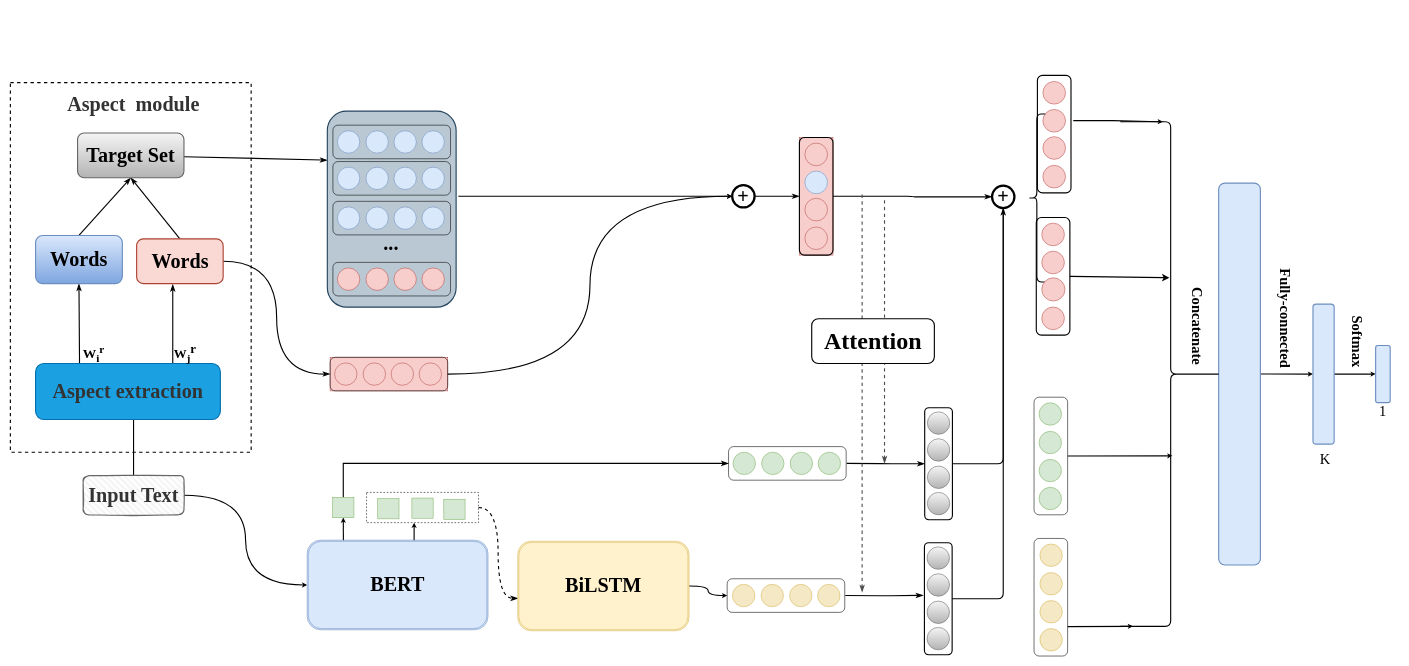
The draw.io diagram page "模型" (1 of 2) of 模型.drawio in SiMlLeSYF/new, before the edit. Source tidied: cells renumbered, new cells numbered last; positions are measured from the earlier drawing's top-left corner, leaving out a move shared by most shapes. Both pictures are drawn from the tidied source at 56%, with x=0, y=0 at pixel (10, 75).
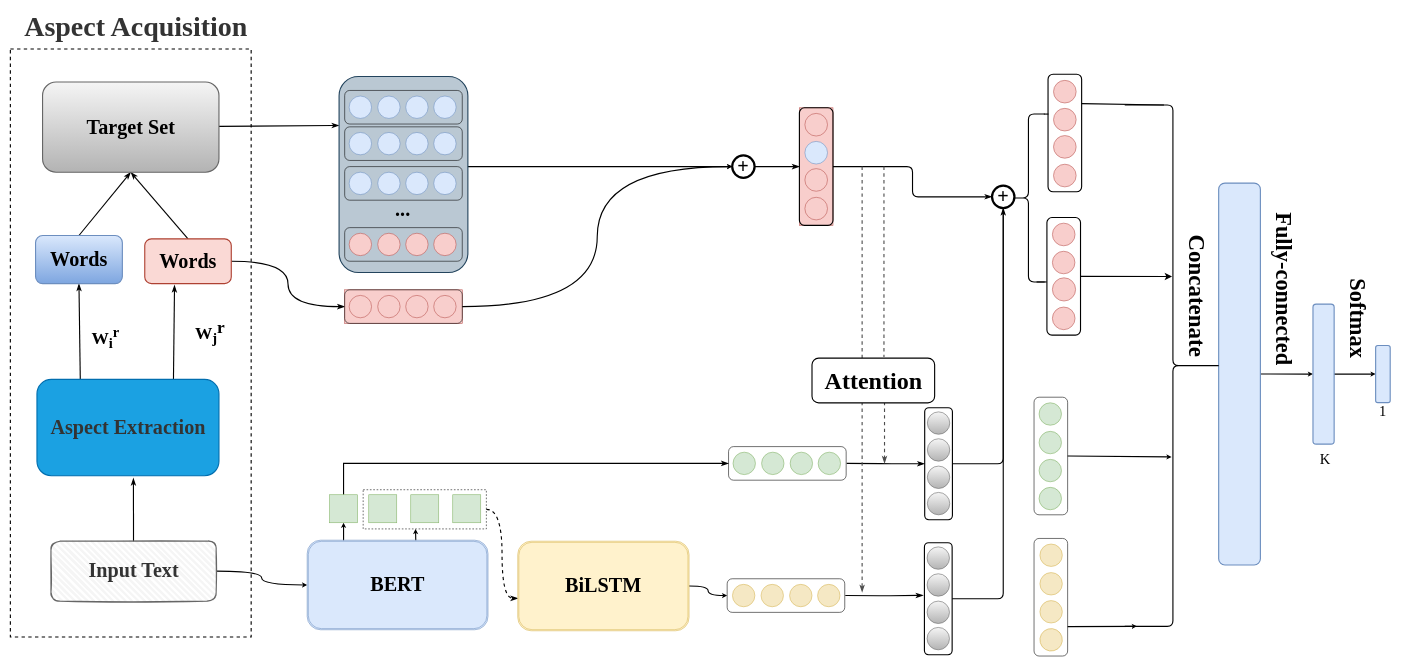
Above is the later version.

Unchanged cells that the change refers to:
```xml
<mxCell id="49" style="rounded=1;whiteSpace=wrap;html=1;fontFamily=Times New Roman;fontSize=36;strokeWidth=2;fillColor=none;strokeColor=#000000;" parent="48" vertex="1">
  <mxGeometry y="-1" width="60" height="210" as="geometry" />
</mxCell>
<mxCell id="77" style="rounded=1;whiteSpace=wrap;html=1;fontSize=24;fillColor=none;rotation=90;" parent="76" vertex="1">
  <mxGeometry x="-75" y="75" width="210" height="60" as="geometry" />
</mxCell>
<mxCell id="85" style="rounded=1;whiteSpace=wrap;html=1;fontFamily=Times New Roman;fontSize=36;strokeWidth=2;fillColor=none;strokeColor=#000000;" parent="84" vertex="1">
  <mxGeometry width="60" height="210" as="geometry" />
</mxCell>
```

What changed in the source:
```diff
@@
+    <mxCell id="22" style="rounded=0;whiteSpace=wrap;html=1;fontFamily=Times New Roman;fontSize=36;fillColor=none;dashed=1;strokeWidth=2;" parent="1" vertex="1">
+      <mxGeometry y="-47" width="430" height="1050" as="geometry" />
+    </mxCell>
     <mxCell id="2" style="rounded=0;whiteSpace=wrap;html=1;fontSize=24;fillColor=none;dashed=1;" parent="1" vertex="1">
-      <mxGeometry x="636" y="744.8" width="200" height="54" as="geometry" />
+      <mxGeometry x="630" y="740" width="220" height="70" as="geometry" />
     </mxCell>
@@
-    <mxCell id="5" style="edgeStyle=orthogonalEdgeStyle;curved=1;sketch=0;jettySize=auto;html=1;fontFamily=Times New Roman;fontSize=24;startArrow=none;startFill=0;endArrow=classicThin;endFill=1;endSize=7;strokeWidth=2;elbow=vertical;" parent="1" edge="1" source="7">
-      <mxGeometry relative="1" as="geometry">
-        <mxPoint x="220" y="533" as="targetPoint" />
-      </mxGeometry>
+    <mxCell id="5" style="sketch=0;jettySize=auto;html=1;fontFamily=Times New Roman;fontSize=24;startArrow=none;startFill=0;endArrow=classicThin;endFill=1;endSize=7;strokeWidth=2;elbow=vertical;entryX=0.53;entryY=1.025;entryDx=0;entryDy=0;rounded=0;entryPerimeter=0;" parent="1" edge="1" source="7" target="26">
+      <mxGeometry relative="1" as="geometry" />
     </mxCell>
@@
     <mxCell id="7" value="&lt;font style=&quot;font-size: 36px;&quot; face=&quot;Times New Roman&quot;&gt;&lt;b&gt;Input Text&lt;/b&gt;&lt;/font&gt;" style="rounded=1;whiteSpace=wrap;html=1;strokeWidth=2;fillWeight=4;hachureGap=8;hachureAngle=45;sketch=1;fontSize=24;direction=west;fillColor=#f5f5f5;fontColor=#333333;strokeColor=#666666;" parent="1" vertex="1">
-      <mxGeometry x="130" y="714.8" width="180" height="70" as="geometry" />
+      <mxGeometry x="72.5" y="831.9" width="295" height="107.1" as="geometry" />
     </mxCell>
@@
     <mxCell id="9" style="edgeStyle=none;sketch=0;jettySize=auto;html=1;entryX=0.425;entryY=1;entryDx=0;entryDy=0;entryPerimeter=0;fontFamily=Times New Roman;fontSize=36;startArrow=none;startFill=0;endArrow=classic;endFill=1;endSize=3;strokeColor=#000000;strokeWidth=2;elbow=vertical;" parent="1" edge="1" target="2">
       <mxGeometry relative="1" as="geometry">
-        <mxPoint x="721" y="833" as="sourcePoint" />
+        <mxPoint x="724" y="833" as="sourcePoint" />
       </mxGeometry>
     </mxCell>
@@
     <mxCell id="12" style="rounded=0;whiteSpace=wrap;html=1;fontSize=24;fillColor=#d5e8d4;strokeColor=#82b366;" parent="1" vertex="1">
-      <mxGeometry x="575.5" y="753.8" width="38" height="36" as="geometry" />
+      <mxGeometry x="570" y="749" width="50" height="50" as="geometry" />
     </mxCell>
@@
-    <mxCell id="22" style="rounded=0;whiteSpace=wrap;html=1;fontFamily=Times New Roman;fontSize=36;fillColor=none;dashed=1;strokeWidth=2;" parent="1" vertex="1">
-      <mxGeometry y="13" width="430" height="660" as="geometry" />
-    </mxCell>
-    <mxCell id="23" value="&lt;span style=&quot;color: rgb(51, 51, 51); text-align: start;&quot;&gt;&lt;font size=&quot;1&quot; style=&quot;&quot;&gt;&lt;b style=&quot;font-size: 36px;&quot;&gt;Aspect&amp;nbsp; module&lt;/b&gt;&lt;/font&gt;&lt;/span&gt;" style="text;html=1;strokeColor=none;fillColor=none;align=center;verticalAlign=middle;whiteSpace=wrap;rounded=0;dashed=1;fontFamily=Times New Roman;fontSize=36;" parent="1" vertex="1">
-      <mxGeometry x="85" y="23" width="270" height="60" as="geometry" />
+    <mxCell id="23" value="&lt;span style=&quot;color: rgb(51, 51, 51); text-align: start;&quot;&gt;&lt;font size=&quot;1&quot; style=&quot;&quot;&gt;&lt;b style=&quot;font-size: 50px;&quot;&gt;Aspect Acquisition&lt;/b&gt;&lt;/font&gt;&lt;/span&gt;" style="text;html=1;strokeColor=none;fillColor=none;align=center;verticalAlign=middle;whiteSpace=wrap;rounded=0;dashed=1;fontFamily=Times New Roman;fontSize=36;" parent="1" vertex="1">
+      <mxGeometry x="18" y="-117" width="412.5" height="60" as="geometry" />
     </mxCell>
@@
-    <mxCell id="25" style="edgeStyle=none;rounded=0;sketch=0;orthogonalLoop=1;jettySize=auto;html=1;exitX=0.75;exitY=0;exitDx=0;exitDy=0;fontFamily=Times New Roman;fontSize=24;startArrow=none;startFill=0;endArrow=classicThin;endFill=1;endSize=7;strokeWidth=2;elbow=vertical;" parent="1" edge="1">
-      <mxGeometry relative="1" as="geometry">
-        <mxPoint x="290" y="519.6" as="sourcePoint" />
-        <mxPoint x="290" y="373" as="targetPoint" />
-      </mxGeometry>
+    <mxCell id="25" style="edgeStyle=none;rounded=0;sketch=0;jettySize=auto;html=1;exitX=0.75;exitY=0;exitDx=0;exitDy=0;fontFamily=Times New Roman;fontSize=24;startArrow=none;startFill=0;endArrow=classicThin;endFill=1;endSize=7;strokeWidth=2;elbow=vertical;entryX=0.344;entryY=1.032;entryDx=0;entryDy=0;entryPerimeter=0;" parent="1" edge="1" source="26" target="31">
+      <mxGeometry relative="1" as="geometry" />
     </mxCell>
-    <mxCell id="26" value="&lt;span style=&quot;color: rgb(51, 51, 51); text-align: start;&quot;&gt;&lt;b style=&quot;&quot;&gt;&lt;font style=&quot;font-size: 36px;&quot;&gt;Aspect extraction&lt;/font&gt;&lt;/b&gt;&lt;/span&gt;" style="rounded=1;whiteSpace=wrap;html=1;fontFamily=Times New Roman;fontSize=24;strokeWidth=2;fillColor=#1ba1e2;fontColor=#ffffff;strokeColor=#006EAF;" parent="1" vertex="1">
-      <mxGeometry x="45" y="514.6" width="330" height="100" as="geometry" />
+    <mxCell id="26" value="&lt;span style=&quot;color: rgb(51, 51, 51); text-align: start;&quot;&gt;&lt;b style=&quot;&quot;&gt;&lt;font style=&quot;font-size: 36px;&quot;&gt;Aspect Extraction&lt;/font&gt;&lt;/b&gt;&lt;/span&gt;" style="rounded=1;whiteSpace=wrap;html=1;fontFamily=Times New Roman;fontSize=24;strokeWidth=2;fillColor=#1ba1e2;fontColor=#ffffff;strokeColor=#006EAF;" parent="1" vertex="1">
+      <mxGeometry x="47.5" y="543" width="325" height="172" as="geometry" />
     </mxCell>
@@
     <mxCell id="31" value="&lt;b&gt;&lt;font style=&quot;font-size: 36px;&quot;&gt;Words&lt;/font&gt;&lt;/b&gt;" style="rounded=1;whiteSpace=wrap;html=1;fontFamily=Times New Roman;fontSize=24;strokeWidth=2;fillColor=#fad9d5;strokeColor=#ae4132;" parent="1" vertex="1">
-      <mxGeometry x="225.5" y="292" width="154.5" height="80" as="geometry" />
+      <mxGeometry x="240" y="292" width="154.5" height="80" as="geometry" />
     </mxCell>
-    <mxCell id="32" value="W&lt;sub&gt;i&lt;/sub&gt;&lt;sup&gt;r&lt;/sup&gt;" style="text;html=1;strokeColor=none;fillColor=none;align=center;verticalAlign=middle;whiteSpace=wrap;rounded=0;fontFamily=Times New Roman;fontSize=24;fontStyle=1;" parent="1" vertex="1">
-      <mxGeometry x="119" y="481.6" width="60" height="30" as="geometry" />
+    <mxCell id="32" value="&lt;font style=&quot;font-size: 31px;&quot;&gt;W&lt;sub&gt;i&lt;/sub&gt;&lt;sup&gt;r&lt;/sup&gt;&lt;/font&gt;" style="text;html=1;strokeColor=none;fillColor=none;align=center;verticalAlign=middle;whiteSpace=wrap;rounded=0;fontFamily=Times New Roman;fontSize=24;fontStyle=1;" parent="1" vertex="1">
+      <mxGeometry x="140" y="454.6" width="60" height="30" as="geometry" />
     </mxCell>
-    <mxCell id="33" value="&lt;font style=&quot;font-size: 23px;&quot;&gt;W&lt;sub style=&quot;&quot;&gt;j&lt;/sub&gt;&lt;/font&gt;&lt;sup style=&quot;font-size: 23px;&quot;&gt;&lt;font style=&quot;font-size: 23px;&quot;&gt;r&lt;/font&gt;&lt;span style=&quot;font-size: 23px;&quot;&gt;&amp;nbsp;&lt;/span&gt;&lt;/sup&gt;" style="text;html=1;strokeColor=none;fillColor=none;align=center;verticalAlign=middle;whiteSpace=wrap;rounded=0;fontFamily=Times New Roman;fontSize=24;fontStyle=1;" parent="1" vertex="1">
-      <mxGeometry x="285" y="481" width="60" height="30" as="geometry" />
+    <mxCell id="33" value="&lt;font style=&quot;font-size: 31px;&quot;&gt;&lt;font style=&quot;font-size: 31px;&quot;&gt;W&lt;sub style=&quot;&quot;&gt;j&lt;/sub&gt;&lt;/font&gt;&lt;sup style=&quot;&quot;&gt;&lt;font style=&quot;font-size: 31px;&quot;&gt;r&lt;/font&gt;&amp;nbsp;&lt;/sup&gt;&lt;/font&gt;" style="text;html=1;strokeColor=none;fillColor=none;align=center;verticalAlign=middle;whiteSpace=wrap;rounded=0;fontFamily=Times New Roman;fontSize=24;fontStyle=1;" parent="1" vertex="1">
+      <mxGeometry x="330" y="443" width="60" height="30" as="geometry" />
     </mxCell>
@@
     <mxCell id="35" value="&lt;b&gt;&lt;font style=&quot;font-size: 36px;&quot;&gt;Target Set&lt;/font&gt;&lt;/b&gt;" style="rounded=1;whiteSpace=wrap;html=1;fontFamily=Times New Roman;fontSize=24;strokeWidth=2;fillColor=#f5f5f5;strokeColor=#666666;gradientColor=#b3b3b3;" parent="1" vertex="1">
-      <mxGeometry x="120" y="103" width="190" height="80" as="geometry" />
+      <mxGeometry x="57.5" y="12" width="315" height="161" as="geometry" />
     </mxCell>
     <mxCell id="36" style="edgeStyle=none;rounded=0;sketch=0;jettySize=auto;html=1;fontFamily=Times New Roman;fontSize=43;startArrow=none;startFill=0;endArrow=classic;endFill=1;endSize=3;strokeColor=#000000;strokeWidth=2;elbow=vertical;" parent="1" edge="1" target="39">
       <mxGeometry relative="1" as="geometry">
-        <mxPoint x="800" y="216" as="sourcePoint" />
+        <mxPoint x="800" y="163" as="sourcePoint" />
       </mxGeometry>
     </mxCell>
     <mxCell id="37" style="whiteSpace=wrap;html=1;fontSize=24;fontFamily=Times New Roman;fillColor=#bac8d3;strokeColor=#23445d;rounded=1;strokeWidth=2;" parent="1" vertex="1">
-      <mxGeometry x="566" y="64" width="230" height="350" as="geometry" />
+      <mxGeometry x="587" y="2" width="230" height="350" as="geometry" />
     </mxCell>
@@
     <mxCell id="39" value="&lt;b&gt;&lt;font style=&quot;font-size: 36px;&quot;&gt;+&lt;/font&gt;&lt;/b&gt;" style="ellipse;whiteSpace=wrap;html=1;fontFamily=Times New Roman;fontSize=24;strokeWidth=4;fillColor=none;" parent="1" vertex="1">
-      <mxGeometry x="1289" y="196" width="40" height="40" as="geometry" />
+      <mxGeometry x="1289" y="143" width="40" height="40" as="geometry" />
     </mxCell>
     <mxCell id="40" style="group;fillColor=#f8cecc;strokeColor=#b85450;" parent="1" vertex="1">
-      <mxGeometry x="1409" y="111" width="60" height="210" as="geometry" />
+      <mxGeometry x="1409" y="58" width="60" height="210" as="geometry" />
     </mxCell>
@@
     <mxCell id="48" style="group;" parent="1" vertex="1">
-      <mxGeometry x="1834" y="1" width="60" height="210" as="geometry" />
+      <mxGeometry x="1853" y="-1" width="60" height="210" as="geometry" />
     </mxCell>
@@
-    <mxCell id="55" style="edgeStyle=orthogonalEdgeStyle;sketch=0;orthogonalLoop=1;jettySize=auto;html=1;fontFamily=Times New Roman;fontSize=36;startArrow=none;startFill=0;endArrow=classicThin;endFill=1;endSize=7;strokeWidth=2;elbow=vertical;dashed=1;strokeColor=#4D4D4D;" parent="1" edge="1">
+    <mxCell id="55" style="sketch=0;orthogonalLoop=1;jettySize=auto;html=1;fontFamily=Times New Roman;fontSize=36;startArrow=none;startFill=0;endArrow=classicThin;endFill=1;endSize=7;strokeWidth=2;elbow=vertical;dashed=1;strokeColor=#4D4D4D;" parent="1" edge="1">
       <mxGeometry relative="1" as="geometry">
-        <mxPoint x="1561" y="223" as="sourcePoint" />
+        <mxPoint x="1561" y="583" as="sourcePoint" />
         <mxPoint x="1561" y="693" as="targetPoint" />
-        <Array as="points">
-          <mxPoint x="1561" y="243" />
-        </Array>
       </mxGeometry>
     </mxCell>
     <mxCell id="56" style="edgeStyle=orthogonalEdgeStyle;sketch=0;orthogonalLoop=1;jettySize=auto;html=1;fontFamily=Times New Roman;fontSize=36;startArrow=none;startFill=0;endArrow=classicThin;endFill=1;endSize=7;strokeWidth=2;elbow=vertical;dashed=1;strokeColor=#4D4D4D;" parent="1" edge="1">
       <mxGeometry relative="1" as="geometry">
-        <mxPoint x="1521" y="213" as="sourcePoint" />
+        <mxPoint x="1521" y="163" as="sourcePoint" />
         <mxPoint x="1521" y="923" as="targetPoint" />
         <Array as="points">
           <mxPoint x="1521" y="243" />
         </Array>
       </mxGeometry>
     </mxCell>
-    <mxCell id="57" value="&lt;font size=&quot;1&quot; style=&quot;&quot;&gt;&lt;b style=&quot;font-size: 43px;&quot;&gt;Attention&lt;/b&gt;&lt;/font&gt;" style="rounded=1;whiteSpace=wrap;html=1;fontFamily=Times New Roman;fontSize=36;strokeWidth=2;" parent="1" vertex="1">
-      <mxGeometry x="1431" y="434.6" width="219" height="80" as="geometry" />
-    </mxCell>
@@
+    <mxCell id="152" style="edgeStyle=orthogonalEdgeStyle;rounded=0;jettySize=auto;html=1;exitX=0.75;exitY=1;exitDx=0;exitDy=0;entryX=-0.006;entryY=0.548;entryDx=0;entryDy=0;entryPerimeter=0;strokeWidth=2;fontFamily=Times New Roman;fontSize=36;endArrow=none;endFill=0;" parent="1" edge="1" source="83" target="85">
+      <mxGeometry relative="1" as="geometry" />
+    </mxCell>
     <mxCell id="83" style="shape=curlyBracket;whiteSpace=wrap;html=1;rounded=1;fontFamily=Times New Roman;fontSize=26;strokeColor=#000000;strokeWidth=2;fillColor=none;size=0.5;" parent="1" vertex="1">
-      <mxGeometry x="1818" y="69" width="30" height="300" as="geometry" />
+      <mxGeometry x="1789" y="69" width="58" height="300" as="geometry" />
     </mxCell>
     <mxCell id="84" style="group;" parent="1" vertex="1">
-      <mxGeometry x="1832" y="254" width="60" height="210" as="geometry" />
+      <mxGeometry x="1851" y="254" width="60" height="210" as="geometry" />
     </mxCell>
@@
     <mxCell id="87" style="ellipse;whiteSpace=wrap;html=1;fontSize=24;fillColor=#f8cecc;strokeColor=#b85450;rotation=-90;" parent="84" vertex="1">
-      <mxGeometry x="9.8" y="60" width="40.4" height="40.4" as="geometry" />
+      <mxGeometry x="9.8" y="60.2" width="40.2" height="40.2" as="geometry" />
     </mxCell>
@@
     <mxCell id="92" style="shape=curlyBracket;whiteSpace=wrap;html=1;rounded=1;flipH=1;fontFamily=Times New Roman;fontSize=26;strokeColor=#000000;strokeWidth=2;fillColor=none;" parent="1" vertex="1">
-      <mxGeometry x="1982" y="83" width="180" height="901" as="geometry" />
+      <mxGeometry x="1990" y="53" width="172" height="931" as="geometry" />
     </mxCell>
-    <mxCell id="93" style="sketch=0;jettySize=auto;html=1;exitX=1;exitY=0.5;exitDx=0;exitDy=0;fontFamily=Times New Roman;fontSize=26;startArrow=none;startFill=0;endArrow=classic;endFill=1;endSize=7;strokeColor=#000000;strokeWidth=2;elbow=vertical;entryX=0.513;entryY=0.309;entryDx=0;entryDy=0;entryPerimeter=0;" parent="1" edge="1" source="85" target="92">
+    <mxCell id="93" style="sketch=0;jettySize=auto;html=1;exitX=1;exitY=0.5;exitDx=0;exitDy=0;fontFamily=Times New Roman;fontSize=26;startArrow=none;startFill=0;endArrow=classic;endFill=1;endSize=7;strokeColor=#000000;strokeWidth=2;elbow=vertical;entryX=0.509;entryY=0.329;entryDx=0;entryDy=0;entryPerimeter=0;" parent="1" edge="1" source="85" target="92">
       <mxGeometry relative="1" as="geometry" />
     </mxCell>
-    <mxCell id="94" style="sketch=0;orthogonalLoop=1;jettySize=auto;html=1;fontFamily=Times New Roman;fontSize=26;startArrow=none;startFill=0;endArrow=classic;endFill=1;endSize=3;strokeColor=#000000;strokeWidth=2;elbow=vertical;rounded=0;" parent="1" edge="1">
+    <mxCell id="94" style="sketch=0;jettySize=auto;html=1;fontFamily=Times New Roman;fontSize=26;startArrow=none;startFill=0;endArrow=none;endFill=0;endSize=3;strokeColor=#000000;strokeWidth=2;elbow=vertical;rounded=0;exitX=1;exitY=0.25;exitDx=0;exitDy=0;" parent="1" edge="1" source="49">
       <mxGeometry relative="1" as="geometry">
-        <mxPoint x="1898" y="81" as="sourcePoint" />
-        <mxPoint x="2058" y="83" as="targetPoint" />
-        <Array as="points">
-          <mxPoint x="1968" y="81" />
-        </Array>
+        <mxPoint x="2060" y="53" as="targetPoint" />
       </mxGeometry>
     </mxCell>
-    <mxCell id="95" style="edgeStyle=none;rounded=0;sketch=0;jettySize=auto;html=1;exitX=0.5;exitY=0;exitDx=0;exitDy=0;entryX=0.483;entryY=0.662;entryDx=0;entryDy=0;entryPerimeter=0;fontFamily=Times New Roman;fontSize=26;startArrow=none;startFill=0;endArrow=classic;endFill=1;endSize=3;strokeColor=#000000;strokeWidth=2;elbow=vertical;" parent="1" edge="1" source="77" target="92">
+    <mxCell id="95" style="edgeStyle=none;rounded=0;sketch=0;jettySize=auto;html=1;exitX=0.5;exitY=0;exitDx=0;exitDy=0;entryX=0.514;entryY=0.675;entryDx=0;entryDy=0;entryPerimeter=0;fontFamily=Times New Roman;fontSize=26;startArrow=none;startFill=0;endArrow=classic;endFill=1;endSize=3;strokeColor=#000000;strokeWidth=2;elbow=vertical;" parent="1" edge="1" source="77" target="92">
       <mxGeometry relative="1" as="geometry" />
     </mxCell>
@@
-    <mxCell id="97" value="&lt;b&gt;Concatenate&lt;/b&gt;" style="text;html=1;strokeColor=none;fillColor=none;align=center;verticalAlign=middle;whiteSpace=wrap;rounded=0;fontFamily=Times New Roman;fontSize=26;rotation=90;" parent="1" vertex="1">
-      <mxGeometry x="2090" y="433" width="60" height="30" as="geometry" />
+    <mxCell id="97" value="&lt;b&gt;&lt;font style=&quot;font-size: 41px;&quot;&gt;Concatenate&lt;/font&gt;&lt;/b&gt;" style="text;html=1;strokeColor=none;fillColor=none;align=center;verticalAlign=middle;whiteSpace=wrap;rounded=0;fontFamily=Times New Roman;fontSize=26;rotation=90;" parent="1" vertex="1">
+      <mxGeometry x="2090" y="379" width="60" height="30" as="geometry" />
     </mxCell>
@@
-    <mxCell id="100" value="&lt;b&gt;Fully-connected&lt;/b&gt;" style="text;html=1;strokeColor=none;fillColor=none;align=center;verticalAlign=middle;whiteSpace=wrap;rounded=0;fontFamily=Times New Roman;fontSize=26;rotation=90;" parent="1" vertex="1">
-      <mxGeometry x="2180" y="379" width="192" height="110" as="geometry" />
+    <mxCell id="100" value="&lt;b&gt;&lt;font style=&quot;font-size: 40px;&quot;&gt;Fully-connected&lt;/font&gt;&lt;/b&gt;" style="text;html=1;strokeColor=none;fillColor=none;align=center;verticalAlign=middle;whiteSpace=wrap;rounded=0;fontFamily=Times New Roman;fontSize=26;rotation=90;" parent="1" vertex="1">
+      <mxGeometry x="2080" y="328.6" width="390" height="106" as="geometry" />
     </mxCell>
@@
-    <mxCell id="103" value="&lt;b&gt;Softmax&lt;/b&gt;" style="text;html=1;strokeColor=none;fillColor=none;align=center;verticalAlign=middle;whiteSpace=wrap;rounded=0;fontFamily=Times New Roman;fontSize=26;rotation=90;" parent="1" vertex="1">
-      <mxGeometry x="2310" y="420.5" width="192" height="110" as="geometry" />
+    <mxCell id="103" value="&lt;b&gt;&lt;font style=&quot;font-size: 40px;&quot;&gt;Softmax&lt;/font&gt;&lt;/b&gt;" style="text;html=1;strokeColor=none;fillColor=none;align=center;verticalAlign=middle;whiteSpace=wrap;rounded=0;fontFamily=Times New Roman;fontSize=26;rotation=90;" parent="1" vertex="1">
+      <mxGeometry x="2310" y="379" width="192" height="110" as="geometry" />
     </mxCell>
@@
     <mxCell id="112" style="group;" parent="1" vertex="1">
-      <mxGeometry x="576" y="89" width="210" height="60" as="geometry" />
+      <mxGeometry x="597" y="27" width="210" height="60" as="geometry" />
     </mxCell>
@@
     <mxCell id="119" style="group;" parent="1" vertex="1">
-      <mxGeometry x="576" y="154" width="210" height="60" as="geometry" />
+      <mxGeometry x="597" y="92" width="210" height="60" as="geometry" />
     </mxCell>
@@
     <mxCell id="126" style="group;" parent="1" vertex="1">
-      <mxGeometry x="576" y="225" width="210" height="60" as="geometry" />
+      <mxGeometry x="597" y="163" width="210" height="60" as="geometry" />
     </mxCell>
@@
     <mxCell id="133" style="group;" parent="1" vertex="1">
-      <mxGeometry x="576" y="334" width="210" height="60" as="geometry" />
+      <mxGeometry x="597" y="272" width="210" height="60" as="geometry" />
     </mxCell>
@@
     <mxCell id="140" style="group;fillColor=#f8cecc;strokeColor=#b85450;" parent="1" vertex="1">
-      <mxGeometry x="571" y="503.5" width="210" height="60" as="geometry" />
+      <mxGeometry x="597" y="383" width="210" height="60" as="geometry" />
     </mxCell>
@@
     <mxCell id="148" value="&lt;b&gt;...&lt;/b&gt;" style="text;html=1;strokeColor=none;fillColor=none;align=center;verticalAlign=middle;whiteSpace=wrap;rounded=0;fontFamily=Times New Roman;fontSize=36;" parent="1" vertex="1">
-      <mxGeometry x="650" y="286" width="60" height="30" as="geometry" />
+      <mxGeometry x="671" y="224" width="60" height="30" as="geometry" />
     </mxCell>
-    <mxCell id="149" style="rounded=0;whiteSpace=wrap;html=1;fontSize=24;fillColor=#d5e8d4;strokeColor=#82b366;" parent="1" vertex="1">
-      <mxGeometry x="656" y="756" width="38" height="36" as="geometry" />
-    </mxCell>
-    <mxCell id="150" style="rounded=0;whiteSpace=wrap;html=1;fontSize=24;fillColor=#d5e8d4;strokeColor=#82b366;" parent="1" vertex="1">
-      <mxGeometry x="717" y="754.9" width="38" height="36" as="geometry" />
-    </mxCell>
-    <mxCell id="151" style="rounded=0;whiteSpace=wrap;html=1;fontSize=24;fillColor=#d5e8d4;strokeColor=#82b366;" parent="1" vertex="1">
-      <mxGeometry x="774" y="757" width="38" height="36" as="geometry" />
-    </mxCell>
+    <mxCell id="153" style="edgeStyle=orthogonalEdgeStyle;rounded=0;orthogonalLoop=1;jettySize=auto;html=1;exitX=0.014;exitY=0.339;exitDx=0;exitDy=0;entryX=0.974;entryY=0.002;entryDx=0;entryDy=0;entryPerimeter=0;strokeWidth=2;fontFamily=Times New Roman;fontSize=36;endArrow=none;endFill=0;exitPerimeter=0;" parent="1" edge="1">
+      <mxGeometry relative="1" as="geometry">
+        <mxPoint x="1853.8" y="69.2" as="sourcePoint" />
+        <mxPoint x="1845.5" y="69.6" as="targetPoint" />
+      </mxGeometry>
+    </mxCell>
+    <mxCell id="57" value="&lt;font size=&quot;1&quot; style=&quot;&quot;&gt;&lt;b style=&quot;font-size: 43px;&quot;&gt;Attention&lt;/b&gt;&lt;/font&gt;" style="rounded=1;whiteSpace=wrap;html=1;fontFamily=Times New Roman;fontSize=36;strokeWidth=2;" parent="1" vertex="1">
+      <mxGeometry x="1431.5" y="505" width="219" height="80" as="geometry" />
+    </mxCell>
+    <mxCell id="154" style="sketch=0;orthogonalLoop=1;jettySize=auto;html=1;fontFamily=Times New Roman;fontSize=36;startArrow=none;startFill=0;endArrow=none;endFill=1;endSize=7;strokeWidth=2;elbow=vertical;dashed=1;strokeColor=#4D4D4D;" parent="1" edge="1">
+      <mxGeometry relative="1" as="geometry">
+        <mxPoint x="1560" y="163" as="sourcePoint" />
+        <mxPoint x="1560" y="503" as="targetPoint" />
+      </mxGeometry>
+    </mxCell>
+    <mxCell id="155" style="rounded=0;whiteSpace=wrap;html=1;fontSize=24;fillColor=#d5e8d4;strokeColor=#82b366;" parent="1" vertex="1">
+      <mxGeometry x="640" y="749" width="50" height="50" as="geometry" />
+    </mxCell>
+    <mxCell id="156" style="rounded=0;whiteSpace=wrap;html=1;fontSize=24;fillColor=#d5e8d4;strokeColor=#82b366;" parent="1" vertex="1">
+      <mxGeometry x="715" y="749" width="50" height="50" as="geometry" />
+    </mxCell>
+    <mxCell id="157" style="rounded=0;whiteSpace=wrap;html=1;fontSize=24;fillColor=#d5e8d4;strokeColor=#82b366;" parent="1" vertex="1">
+      <mxGeometry x="790" y="749" width="50" height="50" as="geometry" />
+    </mxCell>
```
